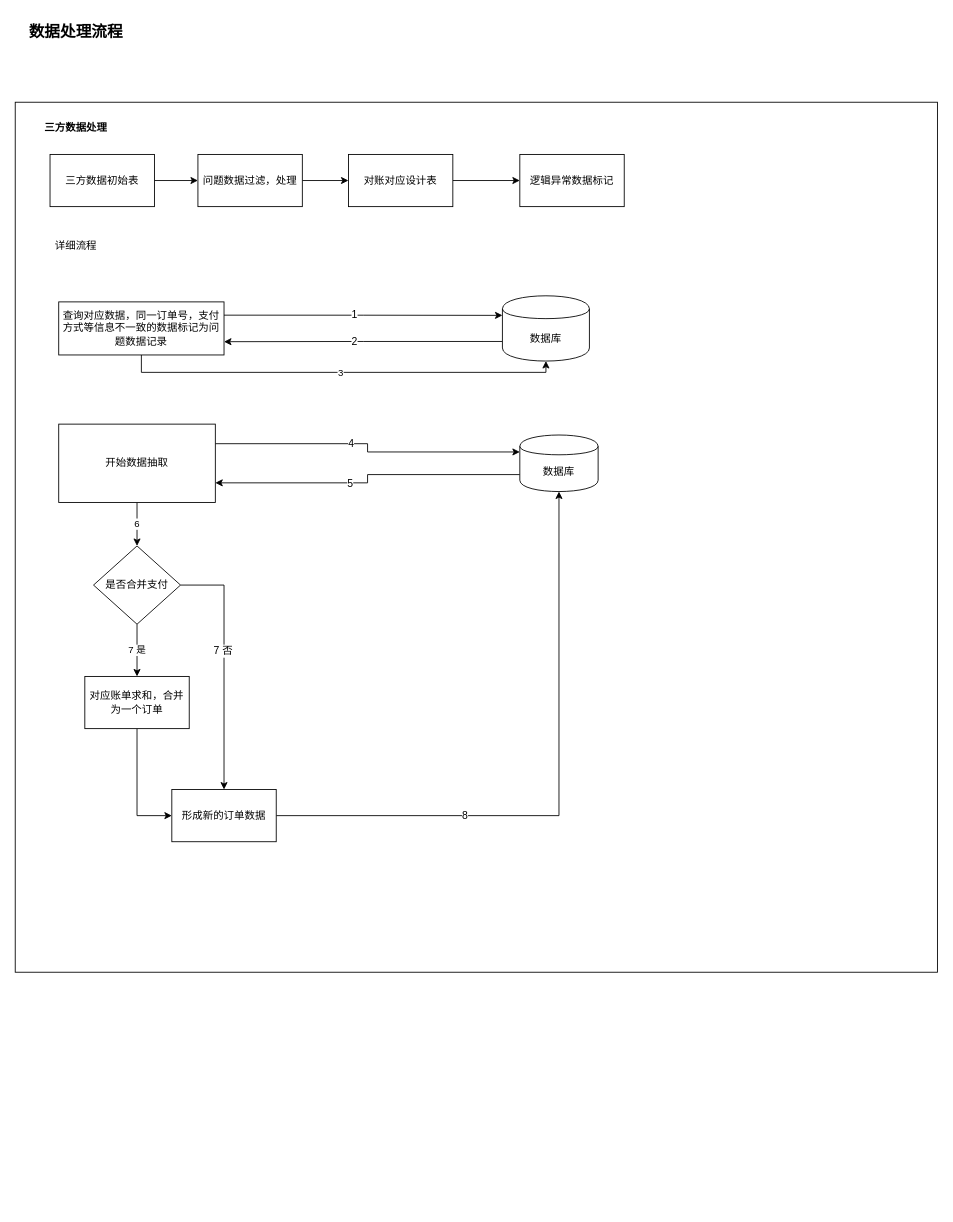
This is 一站付平台/设计流程/数据处理模块.drawio from zhangwenhuad/visio, a draw.io file, before an edit. Source tidied: cells renumbered, new cells numbered last; positions are measured from the earlier drawing's top-left corner, leaving out a move shared by most shapes. Both pictures are drawn from the tidied source at 87%, with x=0, y=0 at pixel (15, 15).
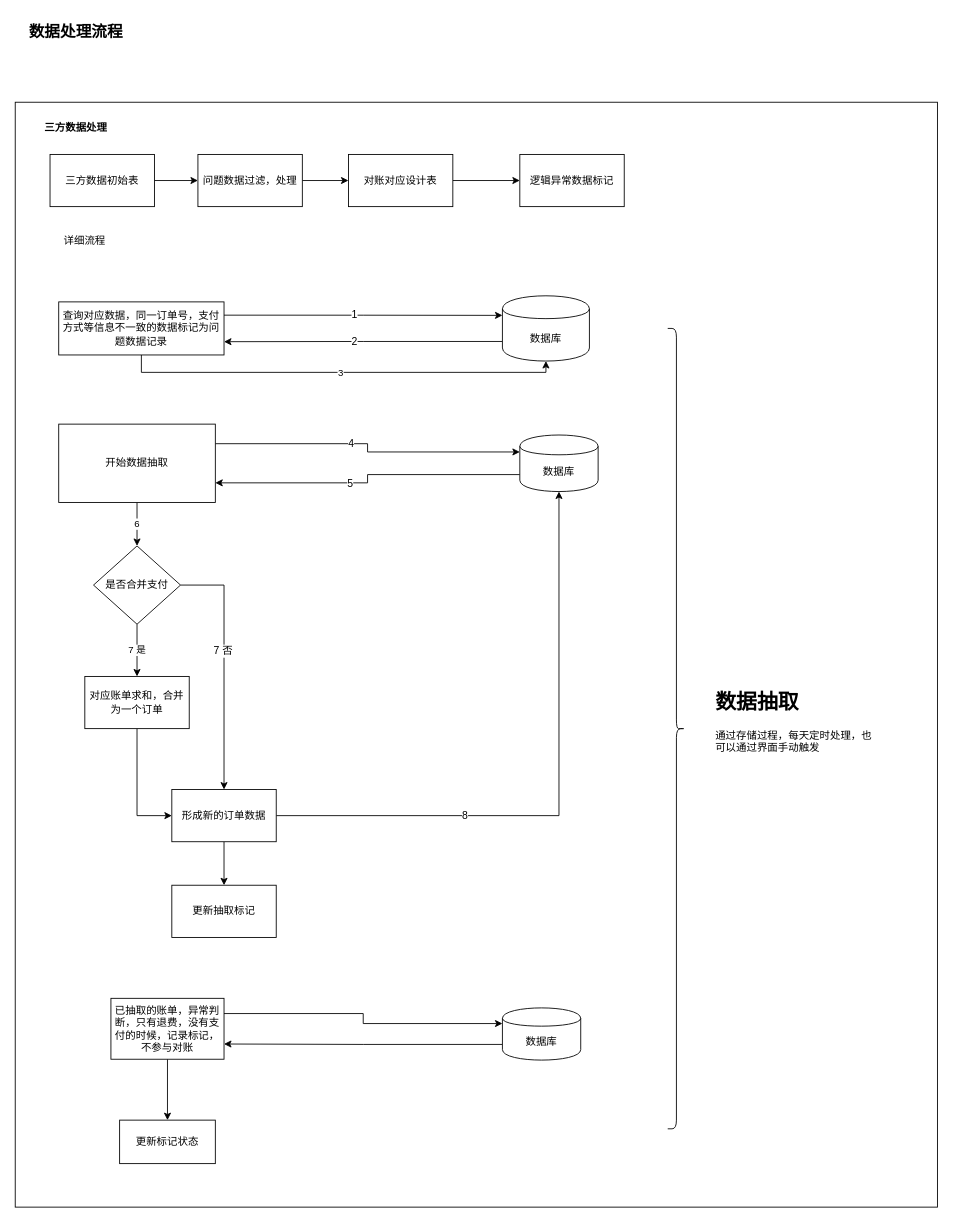
The same page after the edit.

Commit message:
Update 数据处理模块.drawio

Unchanged cells that the change refers to:
```xml
<mxCell id="35" value="形成新的订单数据" style="rounded=0;whiteSpace=wrap;html=1;" parent="1" vertex="1">
  <mxGeometry x="180" y="890" width="120" height="60" as="geometry" />
</mxCell>
```

Change to the diagram source:
```diff
@@
     <mxCell id="2" style="rounded=0;whiteSpace=wrap;html=1;" parent="1" vertex="1">
-      <mxGeometry y="100" width="1060" height="1000" as="geometry" />
+      <mxGeometry y="100" width="1060" height="1270" as="geometry" />
     </mxCell>
@@
     <mxCell id="12" value="详细流程" style="text;html=1;strokeColor=none;fillColor=none;align=center;verticalAlign=middle;whiteSpace=wrap;rounded=0;" parent="1" vertex="1">
-      <mxGeometry x="30" y="250" width="80" height="30" as="geometry" />
+      <mxGeometry x="30" y="250" width="100" height="20" as="geometry" />
     </mxCell>
@@
+    <mxCell id="36" style="edgeStyle=orthogonalEdgeStyle;rounded=0;jettySize=auto;html=1;exitX=0.5;exitY=1;exitDx=0;exitDy=0;" parent="1" edge="1" source="35" target="37">
+      <mxGeometry relative="1" as="geometry" />
+    </mxCell>
@@
+    <mxCell id="37" value="更新抽取标记" style="rounded=0;whiteSpace=wrap;html=1;" parent="1" vertex="1">
+      <mxGeometry x="180" y="1000" width="120" height="60" as="geometry" />
+    </mxCell>
+    <mxCell id="38" style="edgeStyle=orthogonalEdgeStyle;rounded=0;jettySize=auto;html=1;exitX=1;exitY=0.25;exitDx=0;exitDy=0;entryX=0;entryY=0.3;entryDx=0;entryDy=0;" parent="1" edge="1" source="40" target="42">
+      <mxGeometry relative="1" as="geometry" />
+    </mxCell>
+    <mxCell id="39" style="edgeStyle=orthogonalEdgeStyle;rounded=0;jettySize=auto;html=1;exitX=0.5;exitY=1;exitDx=0;exitDy=0;entryX=0.5;entryY=0;entryDx=0;entryDy=0;" parent="1" edge="1" source="40" target="43">
+      <mxGeometry relative="1" as="geometry" />
+    </mxCell>
+    <mxCell id="40" value="已抽取的账单，异常判断，只有退费，没有支付的时候，记录标记，不参与对账" style="rounded=0;whiteSpace=wrap;html=1;" parent="1" vertex="1">
+      <mxGeometry x="110" y="1130" width="130" height="70" as="geometry" />
+    </mxCell>
+    <mxCell id="41" style="edgeStyle=orthogonalEdgeStyle;rounded=0;jettySize=auto;html=1;exitX=0;exitY=0.7;exitDx=0;exitDy=0;entryX=1;entryY=0.75;entryDx=0;entryDy=0;" parent="1" edge="1" source="42" target="40">
+      <mxGeometry relative="1" as="geometry" />
+    </mxCell>
+    <mxCell id="42" value="数据库" style="shape=cylinder;whiteSpace=wrap;html=1;boundedLbl=1;backgroundOutline=1;" parent="1" vertex="1">
+      <mxGeometry x="560" y="1141" width="90" height="60" as="geometry" />
+    </mxCell>
+    <mxCell id="43" value="更新标记状态" style="rounded=0;whiteSpace=wrap;html=1;" parent="1" vertex="1">
+      <mxGeometry x="120" y="1270" width="110" height="50" as="geometry" />
+    </mxCell>
+    <mxCell id="44" style="shape=curlyBracket;whiteSpace=wrap;html=1;rounded=1;direction=west;" parent="1" vertex="1">
+      <mxGeometry x="750" y="360" width="20" height="920" as="geometry" />
+    </mxCell>
+    <mxCell id="45" value="&lt;h1&gt;数据抽取&lt;/h1&gt;&lt;p&gt;通过存储过程，每天定时处理，也可以通过界面手动触发&lt;/p&gt;" style="text;html=1;strokeColor=none;fillColor=none;spacing=5;spacingTop=-20;whiteSpace=wrap;overflow=hidden;rounded=0;" parent="1" vertex="1">
+      <mxGeometry x="800" y="770" width="190" height="120" as="geometry" />
+    </mxCell>
```
